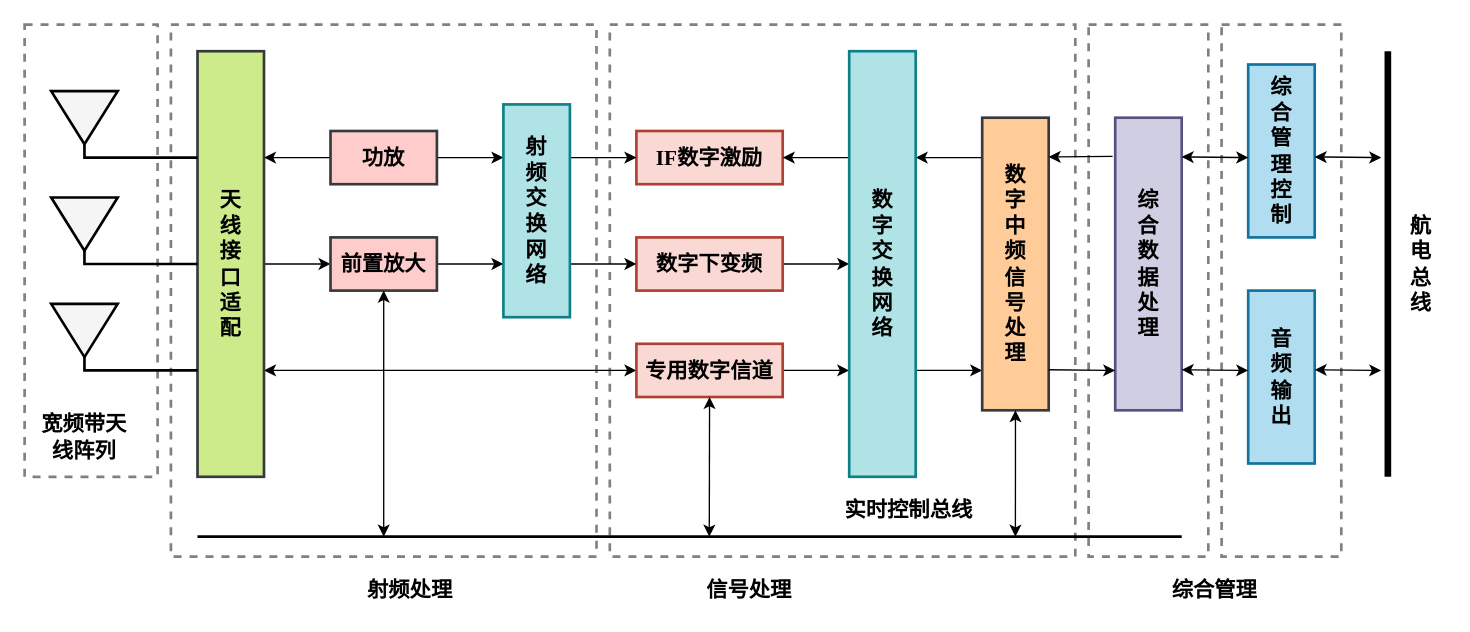
This is 多功能综合射频系统.drawio from debeetle/Drawio, a draw.io file, before an edit. Source tidied: cells renumbered, new cells numbered last; positions are measured from the earlier drawing's top-left corner, leaving out a move shared by most shapes. Both pictures are drawn from the tidied source at 133%, with x=0, y=0 at pixel (24, 24).
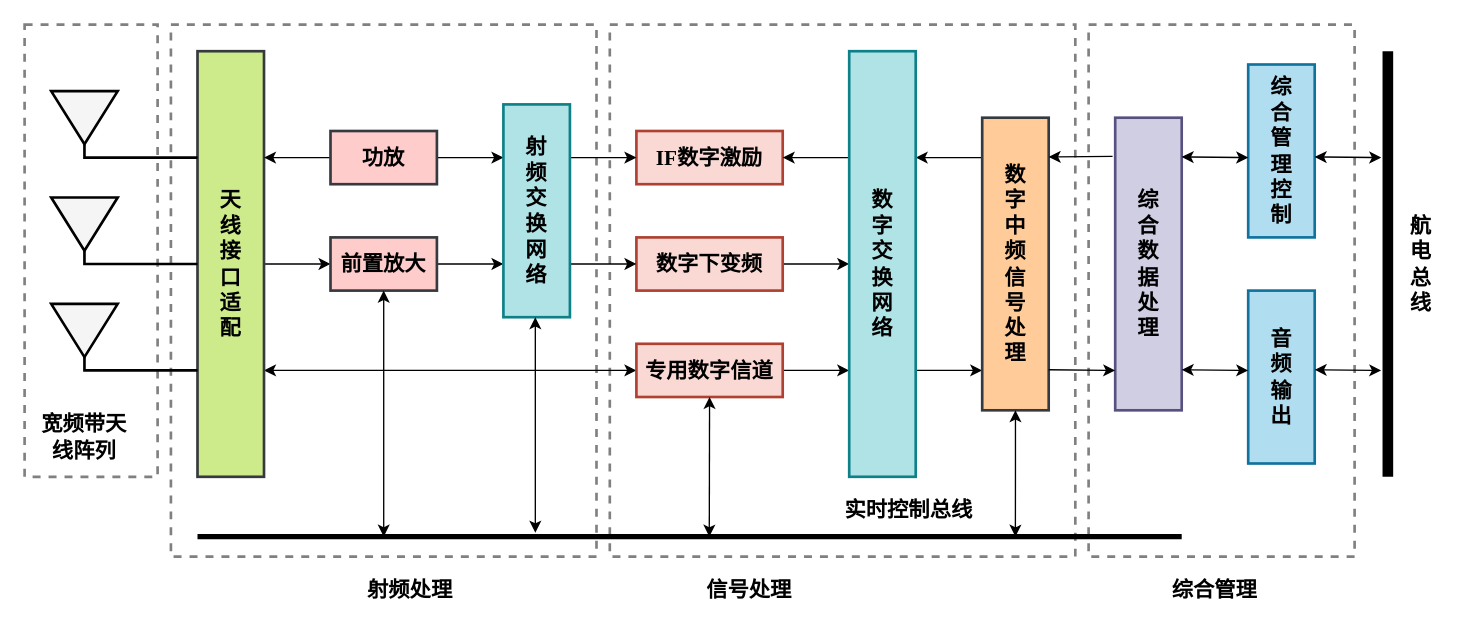
After the change.

Commit message:
更新多功能综合射频系统.drawio

Unchanged cells that the change refers to:
```xml
<mxCell id="23" value="射&lt;br style=&quot;font-size: 16px;&quot;&gt;频&lt;br style=&quot;font-size: 16px;&quot;&gt;交&lt;br style=&quot;font-size: 16px;&quot;&gt;换&lt;br style=&quot;font-size: 16px;&quot;&gt;网&lt;br style=&quot;font-size: 16px;&quot;&gt;络" style="rounded=0;whiteSpace=wrap;html=1;fillColor=#b0e3e6;strokeColor=#0e8088;fontSize=16;fontFamily=宋体;fontStyle=1;strokeWidth=2;" parent="1" vertex="1">
  <mxGeometry x="360" y="60" width="50" height="160" as="geometry" />
</mxCell>
```

What changed in the source:
```diff
@@
-    <mxCell id="4" style="rounded=0;whiteSpace=wrap;html=1;fillColor=none;fontFamily=宋体;fontStyle=1;strokeWidth=2;dashed=1;fontSize=16;strokeColor=#808080;" parent="1" vertex="1">
-      <mxGeometry x="900" width="90" height="400" as="geometry" />
-    </mxCell>
     <mxCell id="5" style="rounded=0;whiteSpace=wrap;html=1;fillColor=none;fontFamily=宋体;fontStyle=1;strokeWidth=2;dashed=1;fontSize=16;strokeColor=#808080;" parent="1" vertex="1">
-      <mxGeometry x="800" width="90" height="400" as="geometry" />
+      <mxGeometry x="800" width="200" height="400" as="geometry" />
     </mxCell>
@@
-    <mxCell id="42" style="line;strokeWidth=2;html=1;fontStyle=1;" parent="1" vertex="1">
+    <mxCell id="42" style="line;strokeWidth=4;html=1;fontStyle=1;" parent="1" vertex="1">
       <mxGeometry x="130" y="380" width="740" height="10" as="geometry" />
     </mxCell>
-    <mxCell id="43" style="line;strokeWidth=5;direction=south;html=1;fontStyle=1;" parent="1" vertex="1">
+    <mxCell id="43" style="line;strokeWidth=8;direction=south;html=1;fontStyle=1;" parent="1" vertex="1">
       <mxGeometry x="1020" y="20" width="10" height="320" as="geometry" />
     </mxCell>
@@
+    <mxCell id="54" style="edgeStyle=elbowEdgeStyle;rounded=0;jettySize=auto;html=1;jumpSize=6;startArrow=classic;startFill=1;entryX=0.343;entryY=0.2;entryDx=0;entryDy=0;entryPerimeter=0;" parent="1" edge="1" source="23" target="42">
+      <mxGeometry relative="1" as="geometry" />
+    </mxCell>
```
